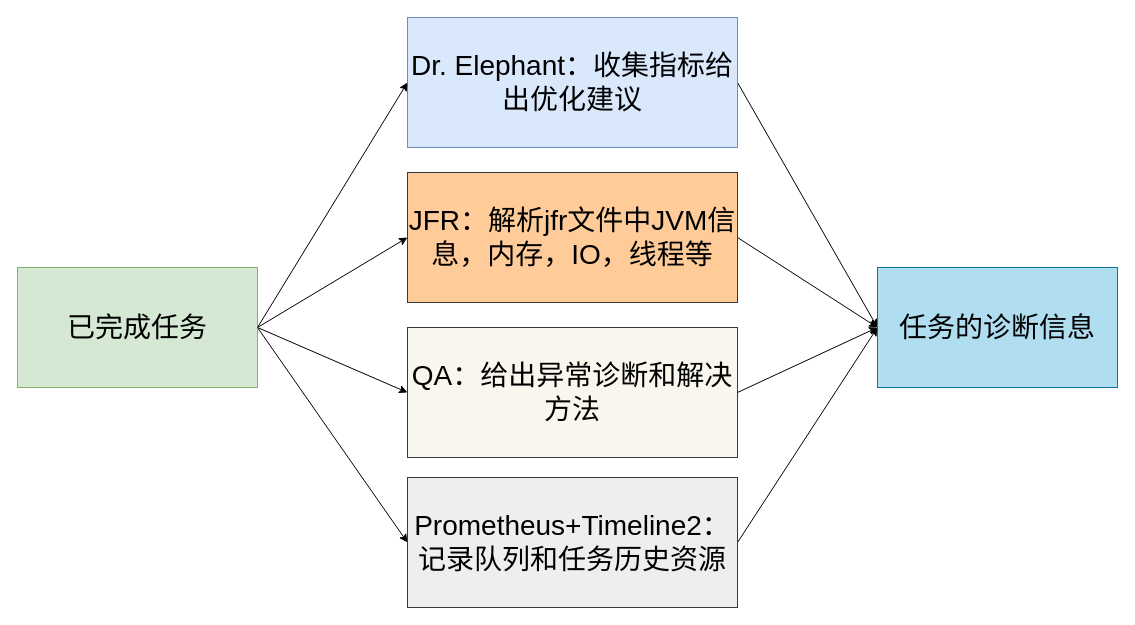
Mengqi777/drawioproject keeps this draw.io diagram as ozone/taskFinishedDiagram.drawio. Above is the earlier version. Source tidied: cells renumbered, new cells numbered last; positions are measured from the earlier drawing's top-left corner, leaving out a move shared by most shapes. Both pictures are drawn from the tidied source at 100%, with x=0, y=0 at pixel (17, 17).
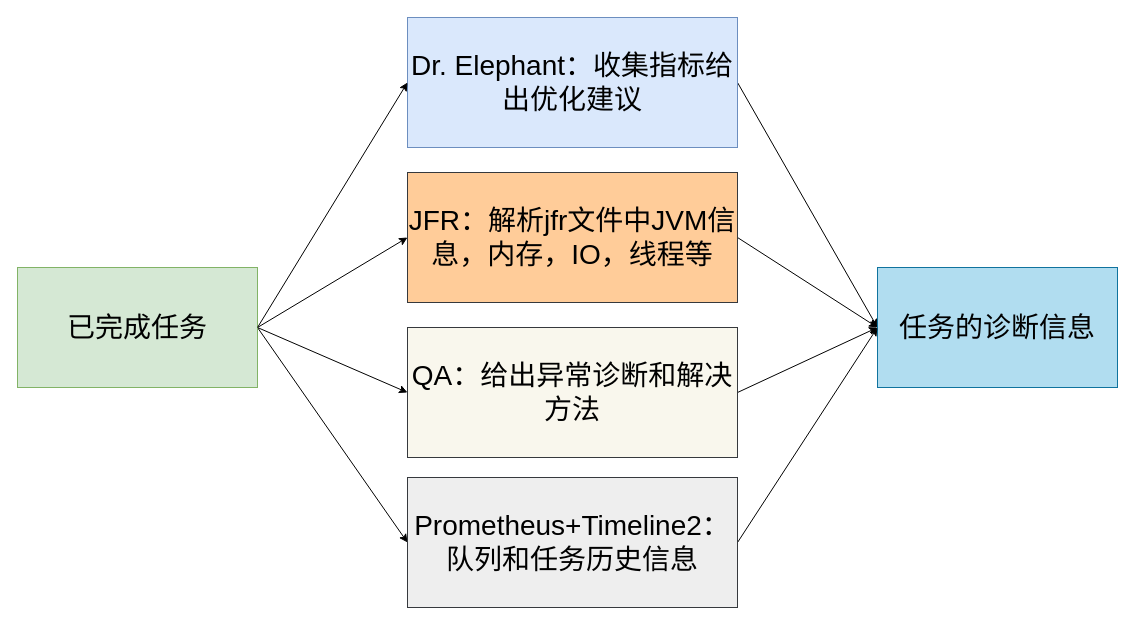
Above is the later version.

The edit, as a diff of the source:
```diff
@@
 <mxGraphModel>
   <root>
     <mxCell id="0" />
     <mxCell id="1" parent="0" />
     <mxCell id="2" style="rounded=1;jettySize=auto;html=1;exitX=1;exitY=0.5;exitDx=0;exitDy=0;entryX=0;entryY=0.5;entryDx=0;entryDy=0;fontSize=28;" parent="1" edge="1" source="5" target="9">
       <mxGeometry relative="1" as="geometry" />
     </mxCell>
     <mxCell id="3" style="edgeStyle=none;rounded=1;jettySize=auto;html=1;exitX=1;exitY=0.5;exitDx=0;exitDy=0;entryX=0;entryY=0.5;entryDx=0;entryDy=0;fontSize=28;" parent="1" edge="1" source="5" target="11">
       <mxGeometry relative="1" as="geometry" />
     </mxCell>
     <mxCell id="4" style="rounded=0;jettySize=auto;html=1;exitX=1;exitY=0.5;exitDx=0;exitDy=0;entryX=0;entryY=0.5;entryDx=0;entryDy=0;" parent="1" edge="1" source="5" target="15">
       <mxGeometry relative="1" as="geometry" />
     </mxCell>
     <mxCell id="5" value="已完成任务" style="rounded=0;whiteSpace=wrap;html=1;fontSize=28;fillColor=#d5e8d4;strokeColor=#82b366;" parent="1" vertex="1">
       <mxGeometry y="250" width="240" height="120" as="geometry" />
     </mxCell>
     <mxCell id="6" style="edgeStyle=none;rounded=1;jettySize=auto;html=1;exitX=1;exitY=0.5;exitDx=0;exitDy=0;entryX=0;entryY=0.5;entryDx=0;entryDy=0;fontSize=28;" parent="1" edge="1" source="7" target="13">
       <mxGeometry relative="1" as="geometry" />
     </mxCell>
     <mxCell id="7" value="Dr. Elephant：收集指标给出优化建议" style="rounded=0;whiteSpace=wrap;html=1;fontSize=28;fillColor=#dae8fc;strokeColor=#6c8ebf;align=center;" parent="1" vertex="1">
       <mxGeometry x="390" width="330" height="130" as="geometry" />
     </mxCell>
     <mxCell id="8" style="edgeStyle=none;rounded=1;jettySize=auto;html=1;exitX=1;exitY=0.5;exitDx=0;exitDy=0;fontSize=28;entryX=0;entryY=0.5;entryDx=0;entryDy=0;" parent="1" edge="1" source="9" target="13">
       <mxGeometry relative="1" as="geometry" />
     </mxCell>
     <mxCell id="9" value="JFR：解析jfr文件中JVM信息，内存，IO，线程等" style="rounded=0;whiteSpace=wrap;html=1;fontSize=28;fillColor=#ffcc99;strokeColor=#36393d;" parent="1" vertex="1">
       <mxGeometry x="390" y="155" width="330" height="130" as="geometry" />
     </mxCell>
     <mxCell id="10" style="edgeStyle=none;rounded=1;jettySize=auto;html=1;exitX=1;exitY=0.5;exitDx=0;exitDy=0;entryX=0;entryY=0.5;entryDx=0;entryDy=0;fontSize=28;" parent="1" edge="1" source="11" target="13">
       <mxGeometry relative="1" as="geometry" />
     </mxCell>
     <mxCell id="11" value="QA：给出异常诊断和解决方法" style="rounded=0;whiteSpace=wrap;html=1;fontSize=28;fillColor=#f9f7ed;strokeColor=#36393d;" parent="1" vertex="1">
       <mxGeometry x="390" y="310" width="330" height="130" as="geometry" />
     </mxCell>
     <mxCell id="12" style="endArrow=classic;html=1;entryX=0;entryY=0.5;entryDx=0;entryDy=0;exitX=1;exitY=0.5;exitDx=0;exitDy=0;fontSize=28;" parent="1" edge="1" source="5" target="7">
       <mxGeometry relative="1" as="geometry" />
     </mxCell>
     <mxCell id="13" value="任务的诊断信息" style="rounded=0;whiteSpace=wrap;html=1;fontSize=28;fillColor=#b1ddf0;strokeColor=#10739e;" parent="1" vertex="1">
       <mxGeometry x="860" y="250" width="240" height="120" as="geometry" />
     </mxCell>
     <mxCell id="14" style="edgeStyle=none;rounded=0;jettySize=auto;html=1;exitX=1;exitY=0.5;exitDx=0;exitDy=0;entryX=0;entryY=0.5;entryDx=0;entryDy=0;" parent="1" edge="1" source="15" target="13">
       <mxGeometry relative="1" as="geometry" />
     </mxCell>
-    <mxCell id="15" value="Prometheus+Timeline2：&lt;br&gt;记录队列和任务历史资源" style="rounded=0;whiteSpace=wrap;html=1;fontSize=28;fillColor=#eeeeee;strokeColor=#36393d;" parent="1" vertex="1">
+    <mxCell id="15" value="Prometheus+Timeline2：&lt;br&gt;队列和任务历史信息" style="rounded=0;whiteSpace=wrap;html=1;fontSize=28;fillColor=#eeeeee;strokeColor=#36393d;" parent="1" vertex="1">
       <mxGeometry x="390" y="460" width="330" height="130" as="geometry" />
     </mxCell>
   </root>
 </mxGraphModel>
```
